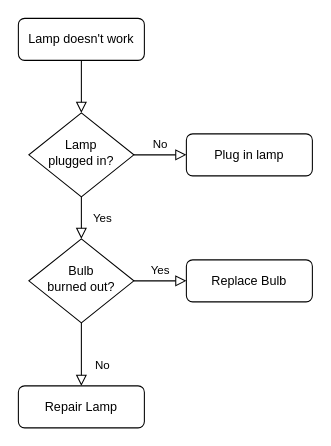
This is 卡管理.drawio from houj21/drawio-folder, a draw.io file, before an edit. Source tidied: cells renumbered, new cells numbered last; positions are measured from the earlier drawing's top-left corner, leaving out a move shared by most shapes. Both pictures are drawn from the tidied source at 105%, with x=0, y=0 at pixel (18, 18).
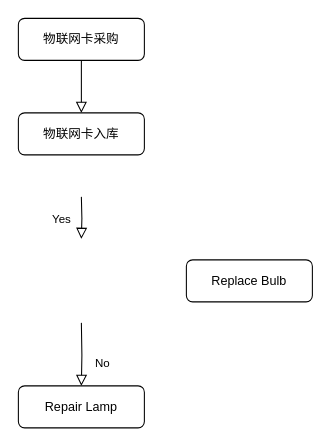
The same page after the edit.

Commit message (it also covers changes not shown here):
更新卡管理.drawio

Diff of the diagram source:
```diff
@@
 <mxGraphModel>
   <root>
     <mxCell id="0" />
     <mxCell id="1" parent="0" />
-    <mxCell id="2" style="rounded=0;html=1;jettySize=auto;fontSize=11;endArrow=block;endFill=0;endSize=8;strokeWidth=1;shadow=0;labelBackgroundColor=none;edgeStyle=orthogonalEdgeStyle;" parent="1" edge="1" source="3" target="6">
-      <mxGeometry relative="1" as="geometry" />
+    <mxCell id="2" style="rounded=0;html=1;jettySize=auto;fontSize=11;endArrow=block;endFill=0;endSize=8;strokeWidth=1;shadow=0;labelBackgroundColor=none;edgeStyle=orthogonalEdgeStyle;" parent="1" edge="1" source="3">
+      <mxGeometry relative="1" as="geometry">
+        <mxPoint x="60" y="90" as="targetPoint" />
+      </mxGeometry>
     </mxCell>
-    <mxCell id="3" value="Lamp doesn't work" style="rounded=1;whiteSpace=wrap;html=1;fontSize=12;glass=0;strokeWidth=1;shadow=0;" parent="1" vertex="1">
+    <mxCell id="3" value="物联网卡采购" style="rounded=1;whiteSpace=wrap;html=1;fontSize=12;glass=0;strokeWidth=1;shadow=0;" parent="1" vertex="1">
       <mxGeometry width="120" height="40" as="geometry" />
     </mxCell>
-    <mxCell id="4" value="Yes" style="rounded=0;html=1;jettySize=auto;fontSize=11;endArrow=block;endFill=0;endSize=8;strokeWidth=1;shadow=0;labelBackgroundColor=none;edgeStyle=orthogonalEdgeStyle;" parent="1" edge="1" source="6" target="10">
-      <mxGeometry y="20" relative="1" as="geometry" />
+    <mxCell id="4" value="Yes" style="rounded=0;html=1;jettySize=auto;orthogonalLoop=1;fontSize=11;endArrow=block;endFill=0;endSize=8;strokeWidth=1;shadow=0;labelBackgroundColor=none;edgeStyle=orthogonalEdgeStyle;" parent="1" edge="1">
+      <mxGeometry y="20" relative="1" as="geometry">
+        <mxPoint x="60" y="170" as="sourcePoint" />
+        <mxPoint x="60" y="210" as="targetPoint" />
+      </mxGeometry>
     </mxCell>
-    <mxCell id="5" value="No" style="edgeStyle=orthogonalEdgeStyle;rounded=0;html=1;jettySize=auto;fontSize=11;endArrow=block;endFill=0;endSize=8;strokeWidth=1;shadow=0;labelBackgroundColor=none;" parent="1" edge="1" source="6" target="7">
-      <mxGeometry y="10" relative="1" as="geometry" />
-    </mxCell>
-    <mxCell id="6" value="Lamp&lt;br&gt;plugged in?" style="rhombus;whiteSpace=wrap;html=1;shadow=0;fontFamily=Helvetica;fontSize=12;align=center;strokeWidth=1;spacing=6;spacingTop=-4;" parent="1" vertex="1">
-      <mxGeometry x="10" y="90" width="100" height="80" as="geometry" />
-    </mxCell>
-    <mxCell id="7" value="Plug in lamp" style="rounded=1;whiteSpace=wrap;html=1;fontSize=12;glass=0;strokeWidth=1;shadow=0;" parent="1" vertex="1">
-      <mxGeometry x="160" y="110" width="120" height="40" as="geometry" />
+    <mxCell id="7" value="物联网卡入库" style="rounded=1;whiteSpace=wrap;html=1;fontSize=12;glass=0;strokeWidth=1;shadow=0;" parent="1" vertex="1">
+      <mxGeometry y="90" width="120" height="40" as="geometry" />
     </mxCell>
-    <mxCell id="8" value="No" style="rounded=0;html=1;jettySize=auto;fontSize=11;endArrow=block;endFill=0;endSize=8;strokeWidth=1;shadow=0;labelBackgroundColor=none;edgeStyle=orthogonalEdgeStyle;" parent="1" edge="1" source="10" target="11">
-      <mxGeometry x="0.33" y="20" relative="1" as="geometry" />
+    <mxCell id="8" value="No" style="rounded=0;html=1;jettySize=auto;fontSize=11;endArrow=block;endFill=0;endSize=8;strokeWidth=1;shadow=0;labelBackgroundColor=none;edgeStyle=orthogonalEdgeStyle;" parent="1" edge="1" target="11">
+      <mxGeometry x="0.33" y="20" relative="1" as="geometry">
+        <mxPoint x="60" y="290" as="sourcePoint" />
+      </mxGeometry>
     </mxCell>
-    <mxCell id="9" value="Yes" style="edgeStyle=orthogonalEdgeStyle;rounded=0;html=1;jettySize=auto;fontSize=11;endArrow=block;endFill=0;endSize=8;strokeWidth=1;shadow=0;labelBackgroundColor=none;" parent="1" edge="1" source="10" target="12">
-      <mxGeometry y="10" relative="1" as="geometry" />
-    </mxCell>
-    <mxCell id="10" value="Bulb&lt;br&gt;burned out?" style="rhombus;whiteSpace=wrap;html=1;shadow=0;fontFamily=Helvetica;fontSize=12;align=center;strokeWidth=1;spacing=6;spacingTop=-4;" parent="1" vertex="1">
-      <mxGeometry x="10" y="210" width="100" height="80" as="geometry" />
-    </mxCell>
     <mxCell id="11" value="Repair Lamp" style="rounded=1;whiteSpace=wrap;html=1;fontSize=12;glass=0;strokeWidth=1;shadow=0;" parent="1" vertex="1">
       <mxGeometry y="350" width="120" height="40" as="geometry" />
     </mxCell>
     <mxCell id="12" value="Replace Bulb" style="rounded=1;whiteSpace=wrap;html=1;fontSize=12;glass=0;strokeWidth=1;shadow=0;" parent="1" vertex="1">
       <mxGeometry x="160" y="230" width="120" height="40" as="geometry" />
     </mxCell>
   </root>
 </mxGraphModel>
```
